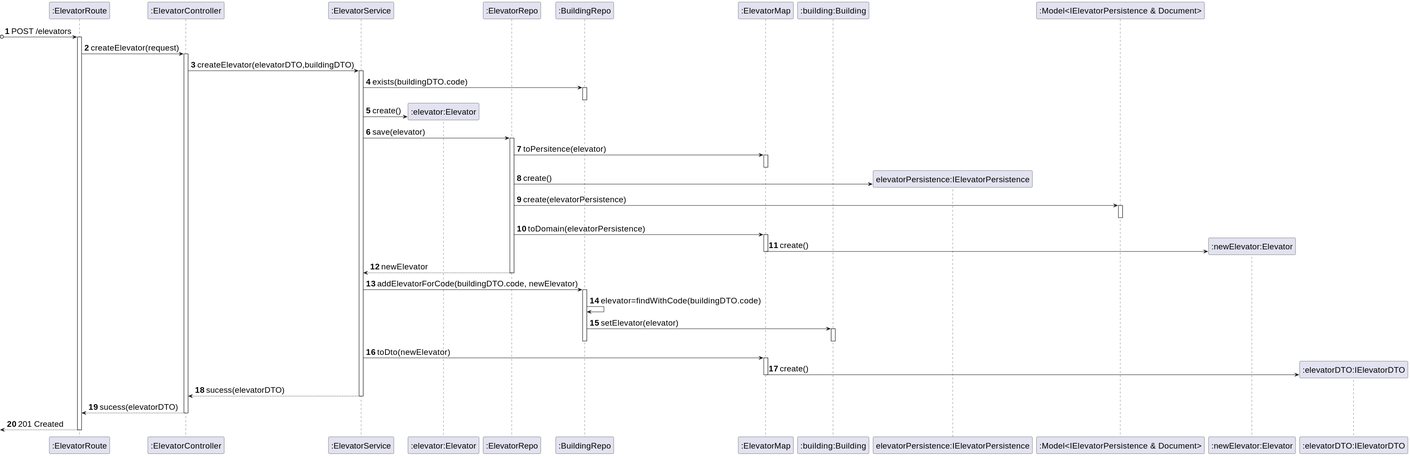
Before: _wiki/sprint-a/us13-270/views/level-3/assets/process-view.svg, a diagram exported from PlantUML (miseEnPlace-dev/lapr5).
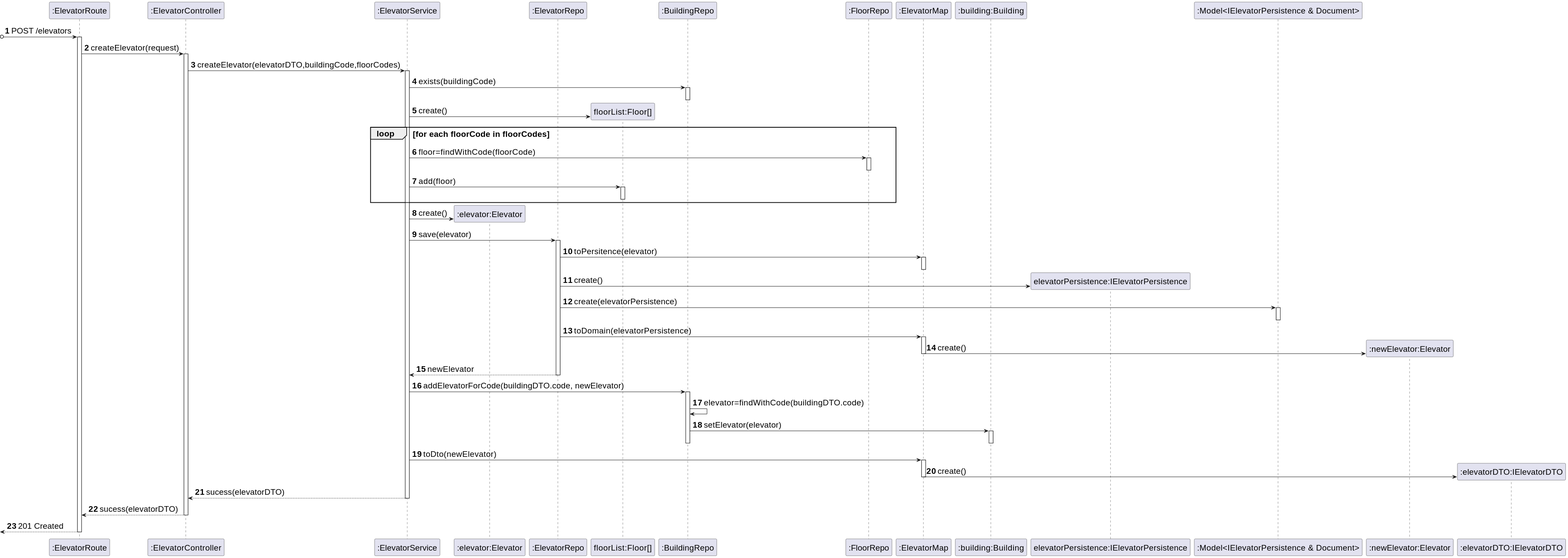
After the change.

Commit message:
fix: added missing floor list to elevator

What changed in the source:
```diff
@@ -6,7 +6,9 @@
 participant SRV as ":ElevatorService"
 participant ELEV as ":elevator:Elevator"
 participant REPO as ":ElevatorRepo"
+participant FLIST as "floorList:Floor[]"
 participant BREPO as ":BuildingRepo"
+participant FREPO as ":FloorRepo"
 participant MAP as ":ElevatorMap"
 participant BUILD as ":building:Building"
 participant PERS as "elevatorPersistence:IElevatorPersistence"
@@ -19,11 +21,20 @@
 
 ROUTE -> CTRL : createElevator(request)
 activate CTRL
-CTRL -> SRV : createElevator(elevatorDTO,buildingDTO)
+CTRL -> SRV : createElevator(elevatorDTO,buildingCode,floorCodes)
 activate SRV
-SRV -> BREPO : exists(buildingDTO.code)
+SRV -> BREPO : exists(buildingCode)
 activate BREPO
 deactivate BREPO
+SRV -> FLIST** : create()
+loop for each floorCode in floorCodes
+  SRV -> FREPO : floor=findWithCode(floorCode)
+  activate FREPO
+  deactivate FREPO
+  SRV -> FLIST : add(floor)
+  activate FLIST
+  deactivate FLIST
+end
 SRV -> ELEV** : create()
 SRV -> REPO : save(elevator)
 activate REPO
```
